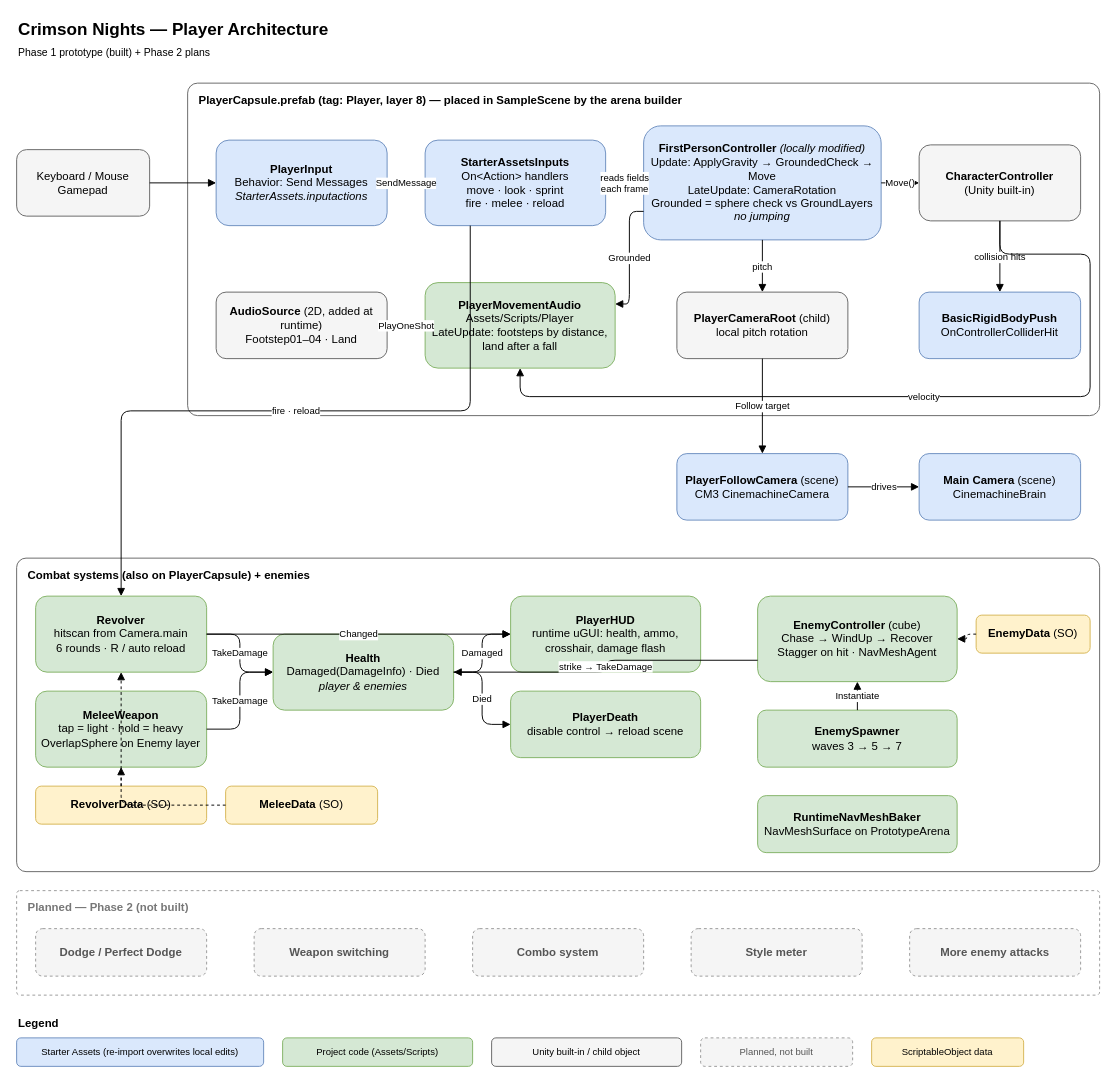
ChrisOspina/Crimson-Nights keeps this draw.io diagram as docs/architecture.drawio. Above is the earlier version. Source tidied: cells renumbered, new cells numbered last; positions are measured from the earlier drawing's top-left corner, leaving out a move shared by most shapes. Both pictures are drawn from the tidied source at 95%, with x=0, y=0 at pixel (16, 16).
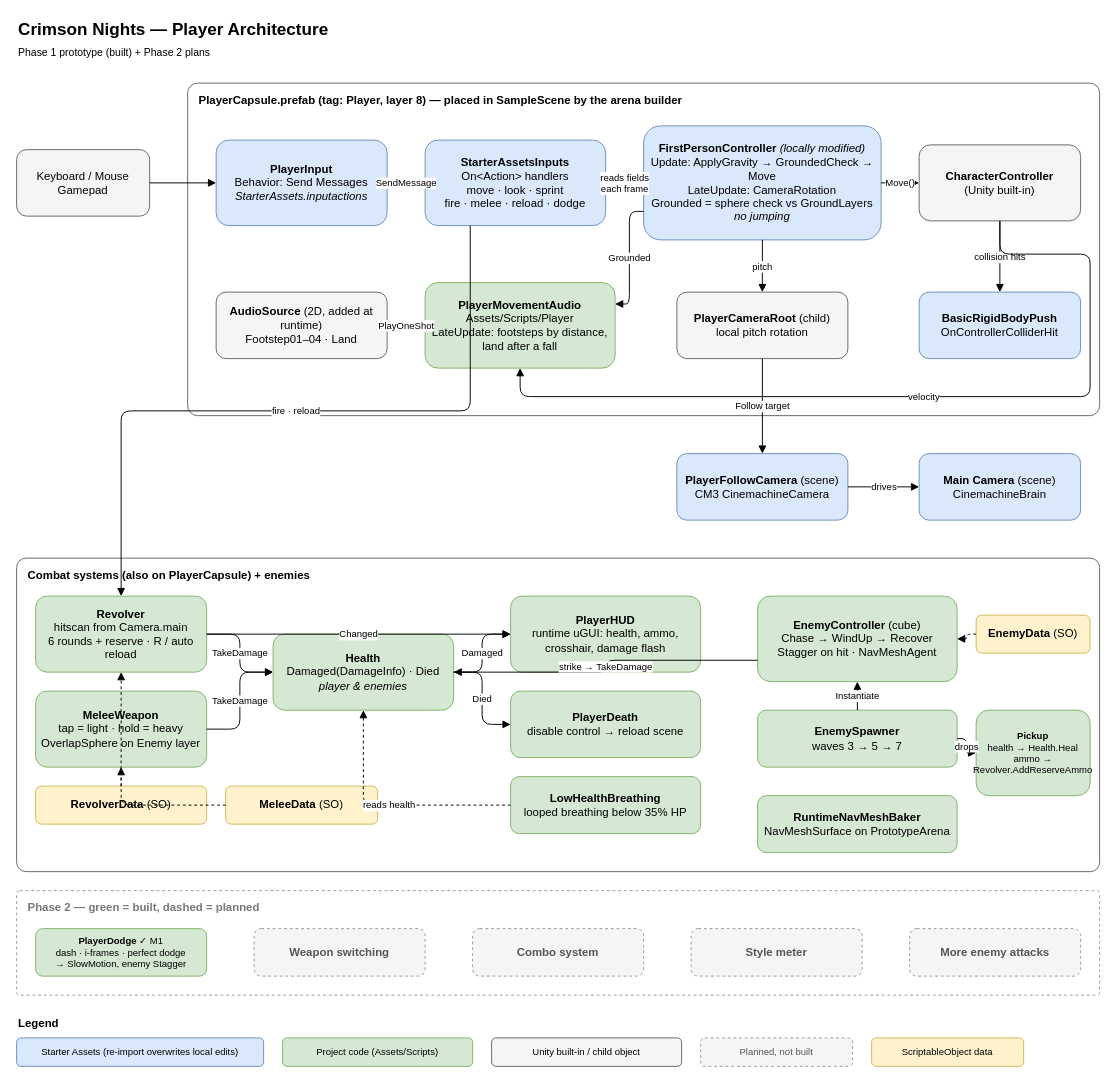
After the change.

Unchanged cells that the change refers to:
```xml
<mxCell id="31" value="&lt;b&gt;Health&lt;/b&gt;&lt;br&gt;Damaged(DamageInfo) · Died&lt;br&gt;&lt;i&gt;player &amp;amp; enemies&lt;/i&gt;" style="rounded=1;whiteSpace=wrap;html=1;fillColor=#d5e8d4;strokeColor=#82b366;" parent="1" vertex="1">
  <mxGeometry x="270" y="650" width="190" height="80" as="geometry" />
</mxCell>
<mxCell id="36" value="&lt;b&gt;EnemySpawner&lt;/b&gt;&lt;br&gt;waves 3 → 5 → 7" style="rounded=1;whiteSpace=wrap;html=1;fillColor=#d5e8d4;strokeColor=#82b366;" parent="1" vertex="1">
  <mxGeometry x="780" y="730" width="210" height="60" as="geometry" />
</mxCell>
```

What changed in the source:
```diff
@@
-    <mxCell id="6" value="&lt;b&gt;StarterAssetsInputs&lt;/b&gt;&lt;br&gt;On&amp;lt;Action&amp;gt; handlers&lt;br&gt;move · look · sprint&lt;br&gt;fire · melee · reload" style="rounded=1;whiteSpace=wrap;html=1;fillColor=#dae8fc;strokeColor=#6c8ebf;" parent="1" vertex="1">
+    <mxCell id="6" value="&lt;b&gt;StarterAssetsInputs&lt;/b&gt;&lt;br&gt;On&amp;lt;Action&amp;gt; handlers&lt;br&gt;move · look · sprint&lt;br&gt;fire · melee · reload · dodge" style="rounded=1;whiteSpace=wrap;html=1;fillColor=#dae8fc;strokeColor=#6c8ebf;" parent="1" vertex="1">
       <mxGeometry x="430" y="130" width="190" height="90" as="geometry" />
     </mxCell>
@@
-    <mxCell id="27" value="&lt;b&gt;Revolver&lt;/b&gt;&lt;br&gt;hitscan from Camera.main&lt;br&gt;6 rounds · R / auto reload" style="rounded=1;whiteSpace=wrap;html=1;fillColor=#d5e8d4;strokeColor=#82b366;" parent="1" vertex="1">
+    <mxCell id="27" value="&lt;b&gt;Revolver&lt;/b&gt;&lt;br&gt;hitscan from Camera.main&lt;br&gt;6 rounds + reserve · R / auto reload" style="rounded=1;whiteSpace=wrap;html=1;fillColor=#d5e8d4;strokeColor=#82b366;" parent="1" vertex="1">
       <mxGeometry x="20" y="610" width="180" height="80" as="geometry" />
     </mxCell>
@@
+    <mxCell id="61" value="&lt;b&gt;LowHealthBreathing&lt;/b&gt;&lt;br&gt;looped breathing below 35% HP" style="rounded=1;whiteSpace=wrap;html=1;fillColor=#d5e8d4;strokeColor=#82b366;" parent="1" vertex="1">
+      <mxGeometry x="520" y="800" width="200" height="60" as="geometry" />
+    </mxCell>
+    <mxCell id="62" value="reads health" style="edgeStyle=orthogonalEdgeStyle;html=1;endArrow=block;fontSize=10;dashed=1;" parent="1" edge="1" source="61" target="31">
+      <mxGeometry relative="1" as="geometry" />
+    </mxCell>
+    <mxCell id="63" value="&lt;b&gt;Pickup&lt;/b&gt;&lt;br&gt;health → Health.Heal&lt;br&gt;ammo → Revolver.AddReserveAmmo" style="rounded=1;whiteSpace=wrap;html=1;fillColor=#d5e8d4;strokeColor=#82b366;fontSize=10;" parent="1" vertex="1">
+      <mxGeometry x="1010" y="730" width="120" height="90" as="geometry" />
+    </mxCell>
+    <mxCell id="64" value="drops" style="edgeStyle=orthogonalEdgeStyle;html=1;endArrow=block;fontSize=10;" parent="1" edge="1" source="36" target="63">
+      <mxGeometry relative="1" as="geometry" />
+    </mxCell>
@@
-    <mxCell id="49" value="Planned — Phase 2 (not built)" style="rounded=1;whiteSpace=wrap;html=1;fillColor=none;dashed=1;strokeColor=#999999;verticalAlign=top;align=left;spacingLeft=10;spacingTop=4;fontStyle=1;fontColor=#777777;arcSize=3;" parent="1" vertex="1">
+    <mxCell id="49" value="Phase 2 — green = built, dashed = planned" style="rounded=1;whiteSpace=wrap;html=1;fillColor=none;dashed=1;strokeColor=#999999;verticalAlign=top;align=left;spacingLeft=10;spacingTop=4;fontStyle=1;fontColor=#777777;arcSize=3;" parent="1" vertex="1">
       <mxGeometry y="920" width="1140" height="110" as="geometry" />
     </mxCell>
-    <mxCell id="50" value="&lt;b&gt;Dodge / Perfect Dodge&lt;/b&gt;" style="rounded=1;whiteSpace=wrap;html=1;fillColor=#f5f5f5;strokeColor=#999999;dashed=1;fontColor=#555555;" parent="1" vertex="1">
+    <mxCell id="50" value="&lt;b&gt;PlayerDodge&lt;/b&gt; ✓ M1&lt;br&gt;dash · i-frames · perfect dodge&lt;br&gt;→ SlowMotion, enemy Stagger" style="rounded=1;whiteSpace=wrap;html=1;fillColor=#d5e8d4;strokeColor=#82b366;fontSize=10;" parent="1" vertex="1">
       <mxGeometry x="20" y="960" width="180" height="50" as="geometry" />
     </mxCell>
```
